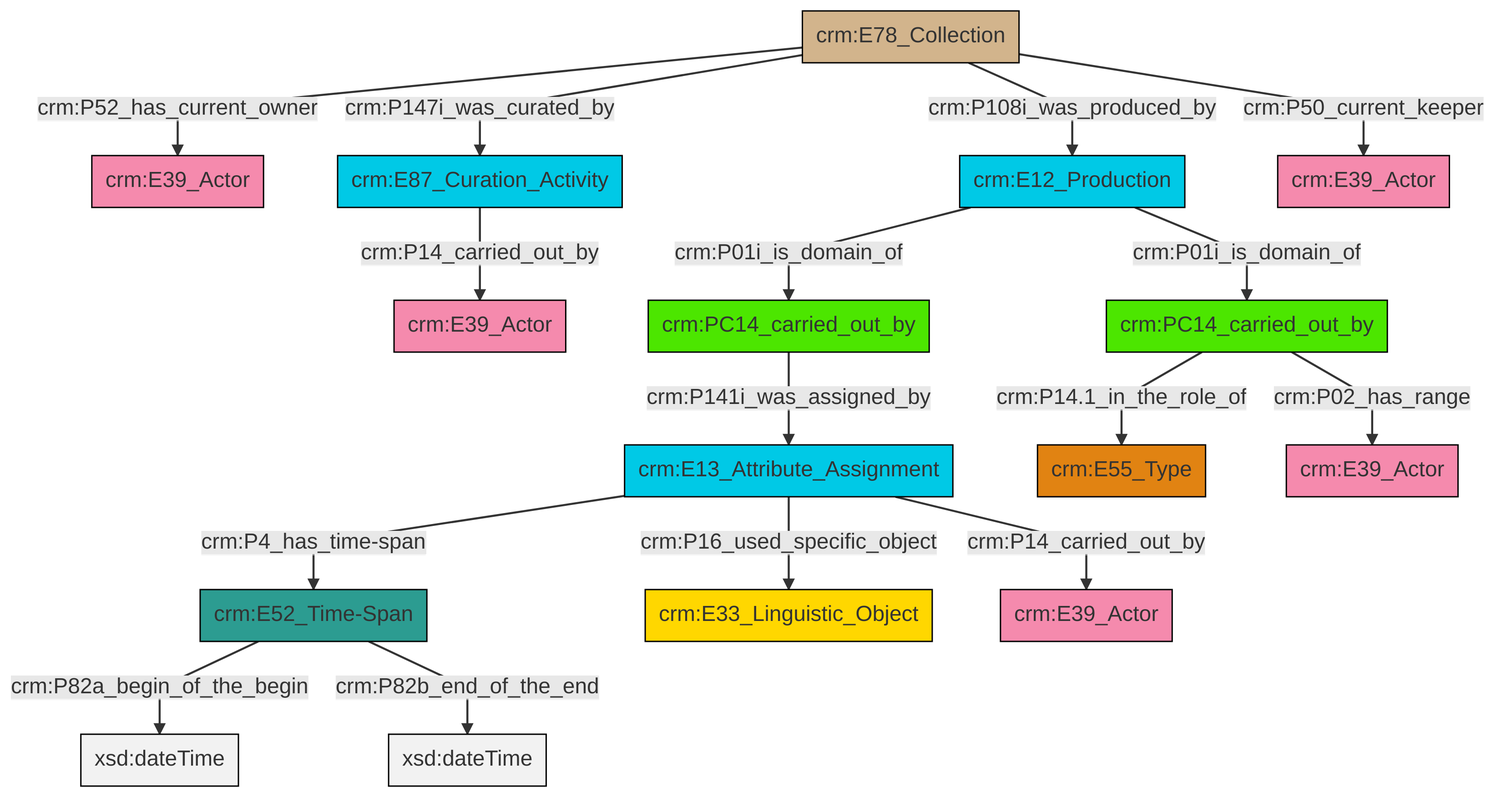
Above: et/archivalCSV/ttl/mmd/png/archival_relation.png in swiss-art-research-net/docs.swissartresearch (Mermaid), before the change. Its source is kept beside it as et/archivalCSV/ttl/mmd/archival_relation.ttl.mmd.
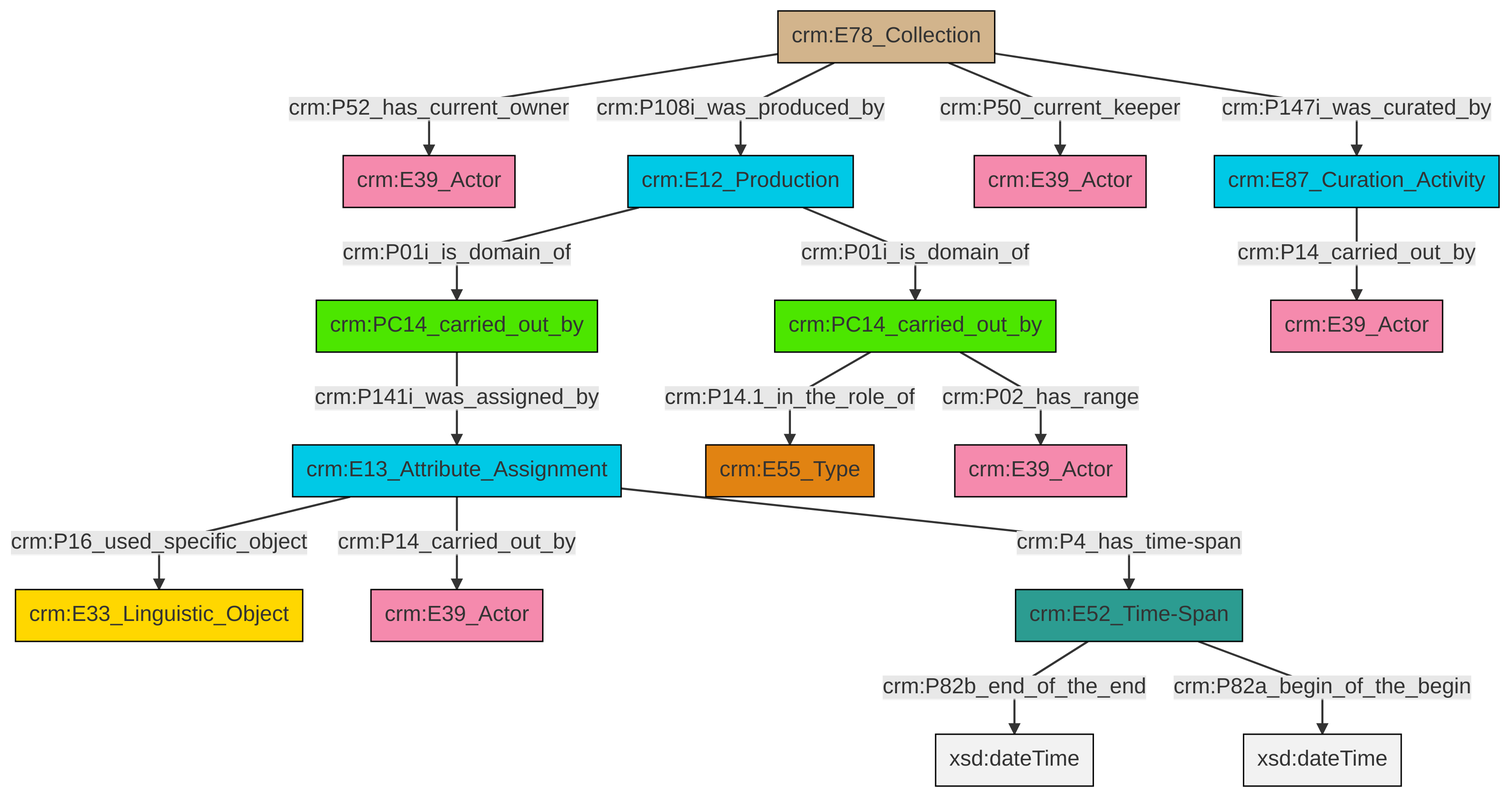
After the commit.

Change to the diagram source:
```diff
@@ -13,18 +13,18 @@
 classDef PC_Classes fill:#4ce600, stroke:#000000;
 classDef Multi fill:#cccccc,stroke:#000000;
 
-4["crm:E87_Curation_Activity"]:::Temporal_Entity -->|crm:P14_carried_out_by| 5["crm:E39_Actor"]:::Actor
-7["crm:E78_Collection"]:::Physical_Thing -->|crm:P147i_was_curated_by| 4["crm:E87_Curation_Activity"]:::Temporal_Entity
-7["crm:E78_Collection"]:::Physical_Thing -->|crm:P108i_was_produced_by| 8["crm:E12_Production"]:::Temporal_Entity
-11["crm:E52_Time-Span"]:::Time-Span -->|crm:P82a_begin_of_the_begin| 12[xsd:dateTime]:::Literal
-7["crm:E78_Collection"]:::Physical_Thing -->|crm:P52_has_current_owner| 0["crm:E39_Actor"]:::Actor
-7["crm:E78_Collection"]:::Physical_Thing -->|crm:P50_current_keeper| 13["crm:E39_Actor"]:::Actor
-11["crm:E52_Time-Span"]:::Time-Span -->|crm:P82b_end_of_the_end| 14[xsd:dateTime]:::Literal
-8["crm:E12_Production"]:::Temporal_Entity -->|crm:P01i_is_domain_of| 15["crm:PC14_carried_out_by"]:::PC_Classes
-2["crm:E13_Attribute_Assignment"]:::Temporal_Entity -->|crm:P4_has_time-span| 11["crm:E52_Time-Span"]:::Time-Span
-2["crm:E13_Attribute_Assignment"]:::Temporal_Entity -->|crm:P14_carried_out_by| 20["crm:E39_Actor"]:::Actor
-15["crm:PC14_carried_out_by"]:::PC_Classes -->|crm:P14.1_in_the_role_of| 9["crm:E55_Type"]:::Type
-2["crm:E13_Attribute_Assignment"]:::Temporal_Entity -->|crm:P16_used_specific_object| 16["crm:E33_Linguistic_Object"]:::Conceptual_Object
-15["crm:PC14_carried_out_by"]:::PC_Classes -->|crm:P02_has_range| 22["crm:E39_Actor"]:::Actor
-27["crm:PC14_carried_out_by"]:::PC_Classes -->|crm:P141i_was_assigned_by| 2["crm:E13_Attribute_Assignment"]:::Temporal_Entity
-8["crm:E12_Production"]:::Temporal_Entity -->|crm:P01i_is_domain_of| 27["crm:PC14_carried_out_by"]:::PC_Classes
+0["crm:PC14_carried_out_by"]:::PC_Classes -->|crm:P14.1_in_the_role_of| 1["crm:E55_Type"]:::Type
+2["crm:E13_Attribute_Assignment"]:::Temporal_Entity -->|crm:P16_used_specific_object| 3["crm:E33_Linguistic_Object"]:::Conceptual_Object
+2["crm:E13_Attribute_Assignment"]:::Temporal_Entity -->|crm:P14_carried_out_by| 5["crm:E39_Actor"]:::Actor
+6["crm:E12_Production"]:::Temporal_Entity -->|crm:P01i_is_domain_of| 7["crm:PC14_carried_out_by"]:::PC_Classes
+7["crm:PC14_carried_out_by"]:::PC_Classes -->|crm:P141i_was_assigned_by| 2["crm:E13_Attribute_Assignment"]:::Temporal_Entity
+13["crm:E87_Curation_Activity"]:::Temporal_Entity -->|crm:P14_carried_out_by| 14["crm:E39_Actor"]:::Actor
+11["crm:E78_Collection"]:::Physical_Thing -->|crm:P52_has_current_owner| 19["crm:E39_Actor"]:::Actor
+6["crm:E12_Production"]:::Temporal_Entity -->|crm:P01i_is_domain_of| 0["crm:PC14_carried_out_by"]:::PC_Classes
+11["crm:E78_Collection"]:::Physical_Thing -->|crm:P108i_was_produced_by| 6["crm:E12_Production"]:::Temporal_Entity
+17["crm:E52_Time-Span"]:::Time-Span -->|crm:P82b_end_of_the_end| 20[xsd:dateTime]:::Literal
+17["crm:E52_Time-Span"]:::Time-Span -->|crm:P82a_begin_of_the_begin| 22[xsd:dateTime]:::Literal
+11["crm:E78_Collection"]:::Physical_Thing -->|crm:P50_current_keeper| 15["crm:E39_Actor"]:::Actor
+0["crm:PC14_carried_out_by"]:::PC_Classes -->|crm:P02_has_range| 27["crm:E39_Actor"]:::Actor
+2["crm:E13_Attribute_Assignment"]:::Temporal_Entity -->|crm:P4_has_time-span| 17["crm:E52_Time-Span"]:::Time-Span
+11["crm:E78_Collection"]:::Physical_Thing -->|crm:P147i_was_curated_by| 13["crm:E87_Curation_Activity"]:::Temporal_Entity
```
